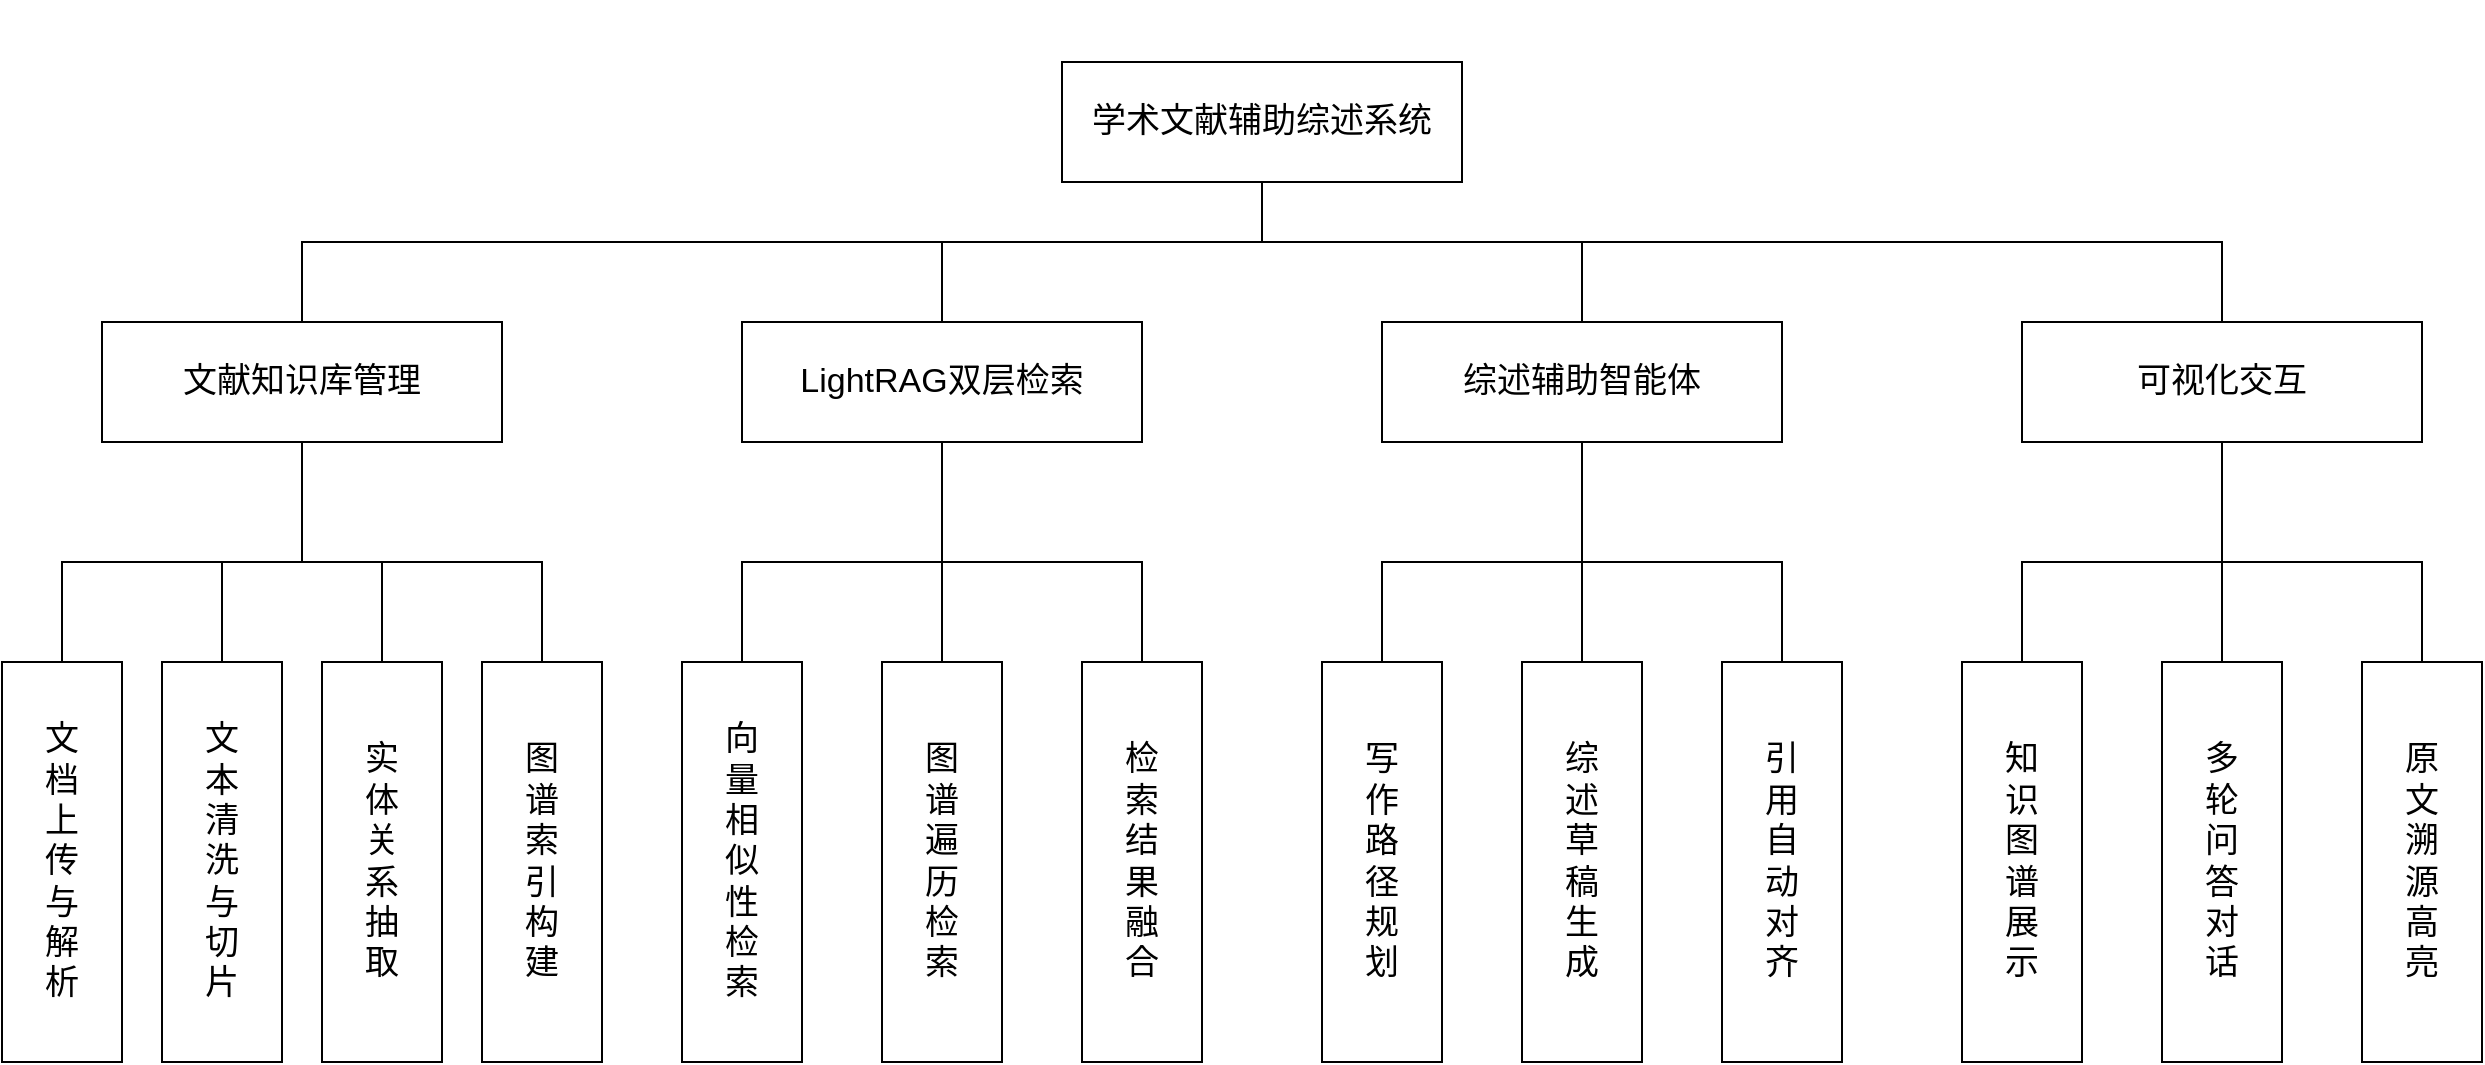
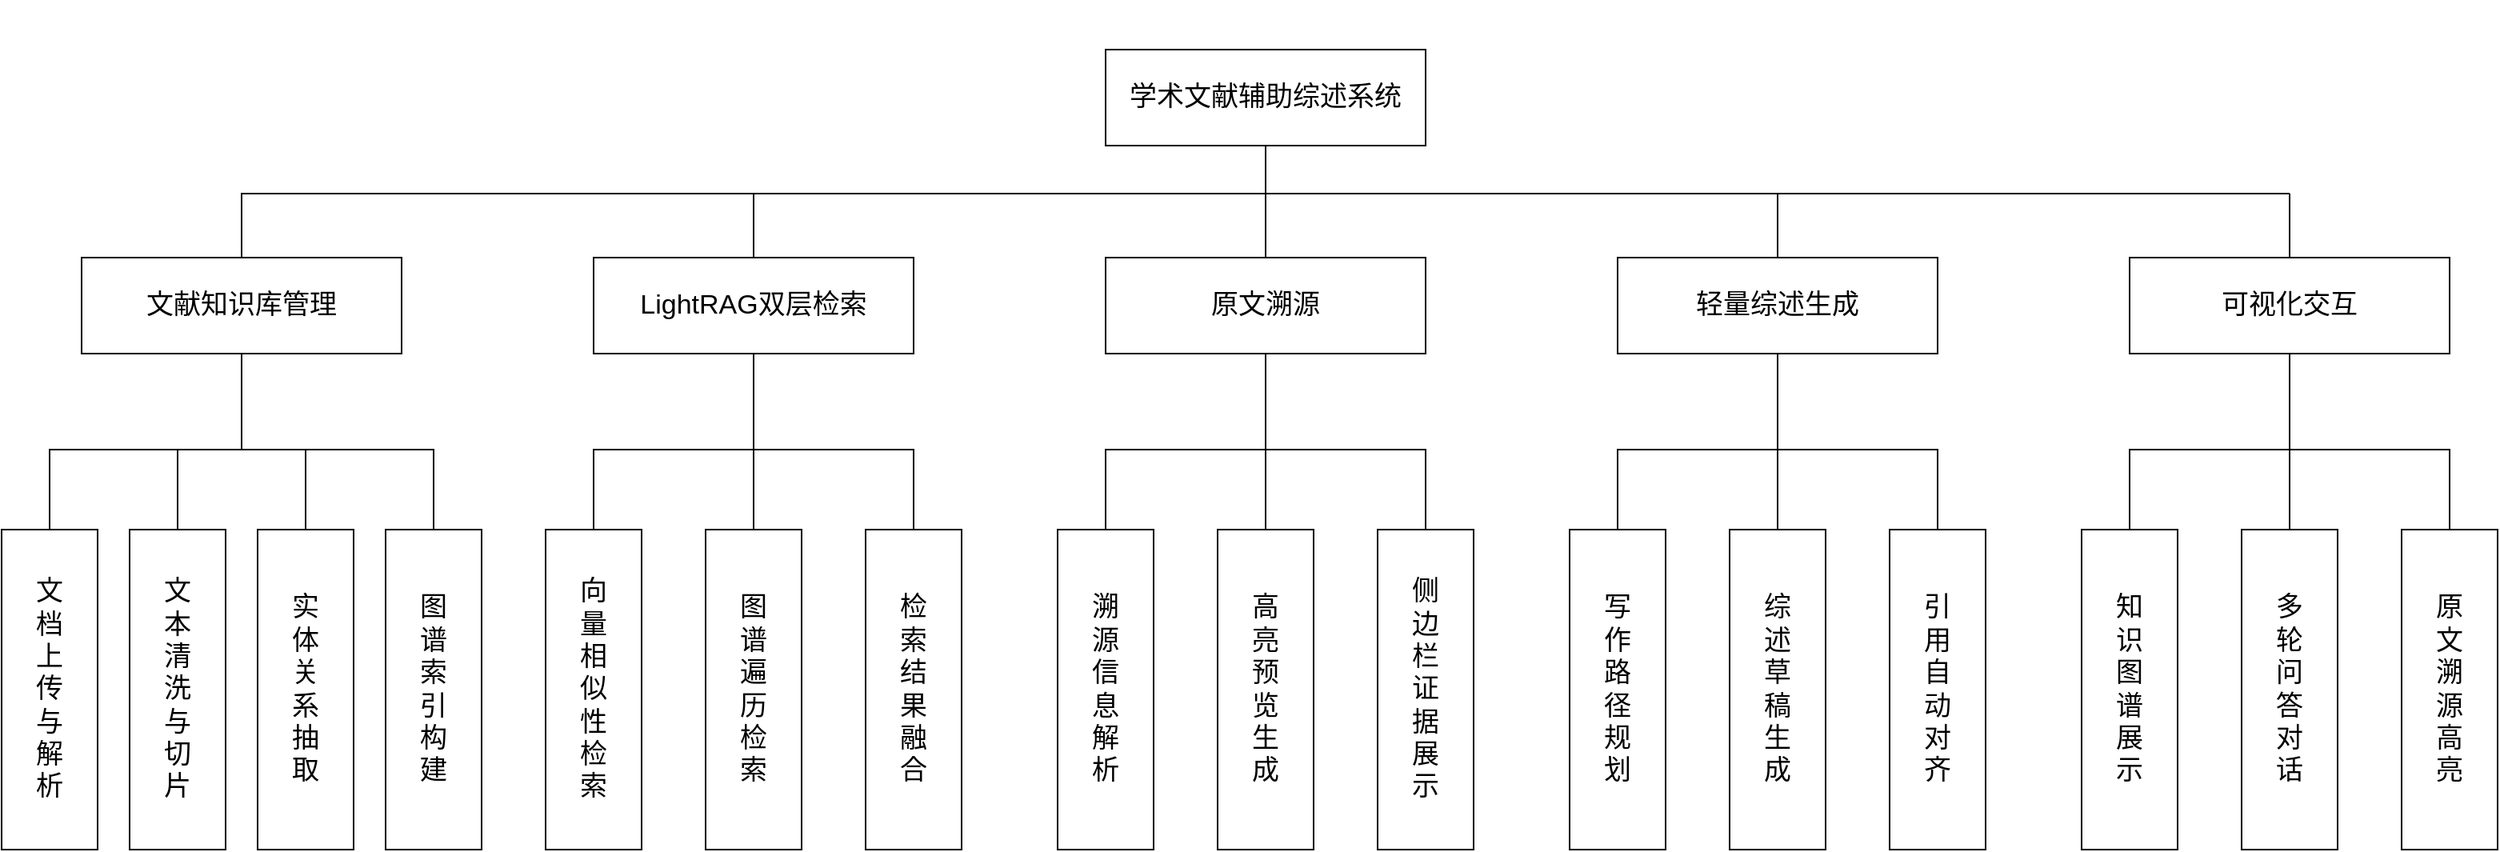
- <mxfile host="app.diagrams.net" agent="Mozilla/5.0 (Windows NT 10.0; Win64; x64) AppleWebKit/537.36 (KHTML, like Gecko) Chrome/143.0.0.0 Safari/537.36 Edg/143.0.0.0" version="29.3.0">
+ <mxfile host="app.diagrams.net" agent="Mozilla/5.0 (Windows NT 10.0; Win64; x64) AppleWebKit/537.36 (KHTML, like Gecko) Chrome/143.0.0.0 Safari/537.36 Edg/143.0.0.0">
  <diagram name="第 1 页" id="kCGOB4NbzOLxN3a2imSw">
-     <mxGraphModel dx="2571" dy="821" grid="1" gridSize="10" guides="1" tooltips="1" connect="1" arrows="1" fold="1" page="1" pageScale="1" pageWidth="827" pageHeight="1169" math="0" shadow="0">
+     <mxGraphModel dx="1604" dy="954" grid="1" gridSize="10" guides="1" tooltips="1" connect="1" arrows="1" fold="1" page="0" pageScale="1" pageWidth="827" pageHeight="1169" math="0" shadow="0">
      <root>
        <mxCell id="0" />
        <mxCell id="1" parent="0" />
        <mxCell id="-he248ucSGp0f2jcVjUM-1" parent="1" style="rounded=0;whiteSpace=wrap;html=1;" value="&lt;font style=&quot;font-size: 17px;&quot;&gt;学术文献辅助综述系统&lt;/font&gt;" vertex="1">
          <mxGeometry height="60" width="200" x="-100" y="60" as="geometry" />
        </mxCell>
        <mxCell id="-he248ucSGp0f2jcVjUM-2" parent="1" style="rounded=0;whiteSpace=wrap;html=1;" value="&lt;font style=&quot;font-size: 17px;&quot;&gt;文献知识库管理&lt;/font&gt;" vertex="1">
-           <mxGeometry height="60" width="200" x="-580" y="190" as="geometry" />
+           <mxGeometry height="60" width="200" x="-740" y="190" as="geometry" />
        </mxCell>
        <mxCell id="-he248ucSGp0f2jcVjUM-3" parent="1" style="rounded=0;whiteSpace=wrap;html=1;" value="&lt;font style=&quot;font-size: 17px;&quot;&gt;LightRAG双层检索&lt;/font&gt;" vertex="1">
-           <mxGeometry height="60" width="200" x="-260" y="190" as="geometry" />
+           <mxGeometry height="60" width="200" x="-420" y="190" as="geometry" />
        </mxCell>
-         <mxCell id="-he248ucSGp0f2jcVjUM-4" parent="1" style="rounded=0;whiteSpace=wrap;html=1;" value="&lt;font style=&quot;font-size: 17px;&quot;&gt;综述辅助智能体&lt;/font&gt;" vertex="1">
-           <mxGeometry height="60" width="200" x="60" y="190" as="geometry" />
+         <mxCell id="-he248ucSGp0f2jcVjUM-4" parent="1" style="rounded=0;whiteSpace=wrap;html=1;" value="&lt;span style=&quot;font-size: 17px;&quot;&gt;轻量综述生成&lt;/span&gt;" vertex="1">
+           <mxGeometry height="60" width="200" x="220" y="190" as="geometry" />
        </mxCell>
        <mxCell id="-he248ucSGp0f2jcVjUM-5" parent="1" style="rounded=0;whiteSpace=wrap;html=1;" value="&lt;span style=&quot;font-size: 17px;&quot;&gt;可视化交互&lt;/span&gt;" vertex="1">
-           <mxGeometry height="60" width="200" x="380" y="190" as="geometry" />
+           <mxGeometry height="60" width="200" x="540" y="190" as="geometry" />
        </mxCell>
        <mxCell id="-he248ucSGp0f2jcVjUM-8" parent="1" style="shape=partialRectangle;whiteSpace=wrap;html=1;bottom=0;right=0;fillColor=none;" value="" vertex="1">
-           <mxGeometry height="40" width="480" x="-480" y="150" as="geometry" />
+           <mxGeometry height="40" width="480" x="-640" y="150" as="geometry" />
        </mxCell>
        <mxCell id="-he248ucSGp0f2jcVjUM-9" parent="1" style="shape=partialRectangle;whiteSpace=wrap;html=1;bottom=0;right=0;fillColor=none;rotation=-180;" value="" vertex="1">
          <mxGeometry height="30" width="480" x="-480" y="120" as="geometry" />
        </mxCell>
        <mxCell id="-he248ucSGp0f2jcVjUM-12" parent="1" style="shape=partialRectangle;whiteSpace=wrap;html=1;top=0;bottom=0;fillColor=none;" value="" vertex="1">
-           <mxGeometry height="40" width="320" x="160" y="150" as="geometry" />
+           <mxGeometry height="40" width="320" y="150" as="geometry" />
        </mxCell>
        <mxCell id="-he248ucSGp0f2jcVjUM-14" parent="1" style="shape=partialRectangle;whiteSpace=wrap;html=1;right=0;top=0;bottom=0;fillColor=none;routingCenterX=-0.5;rotation=-90;" value="" vertex="1">
          <mxGeometry height="480" width="120" x="180" y="-150" as="geometry" />
        </mxCell>
        <mxCell id="-he248ucSGp0f2jcVjUM-15" parent="1" style="shape=partialRectangle;whiteSpace=wrap;html=1;top=0;bottom=0;fillColor=none;" value="" vertex="1">
-           <mxGeometry height="40" width="320" x="-160" y="150" as="geometry" />
+           <mxGeometry height="40" width="320" x="-320" y="150" as="geometry" />
        </mxCell>
        <mxCell id="-he248ucSGp0f2jcVjUM-16" parent="1" style="shape=partialRectangle;whiteSpace=wrap;html=1;right=0;top=0;bottom=0;fillColor=none;routingCenterX=-0.5;" value="" vertex="1">
-           <mxGeometry height="60" width="120" x="-480" y="250" as="geometry" />
+           <mxGeometry height="60" width="120" x="-640" y="250" as="geometry" />
        </mxCell>
        <mxCell id="-he248ucSGp0f2jcVjUM-17" parent="1" style="shape=partialRectangle;whiteSpace=wrap;html=1;right=0;top=0;bottom=0;fillColor=none;routingCenterX=-0.5;" value="" vertex="1">
-           <mxGeometry height="60" width="120" x="-160" y="250" as="geometry" />
+           <mxGeometry height="60" width="120" x="-320" y="250" as="geometry" />
        </mxCell>
        <mxCell id="-he248ucSGp0f2jcVjUM-18" parent="1" style="shape=partialRectangle;whiteSpace=wrap;html=1;right=0;top=0;bottom=0;fillColor=none;routingCenterX=-0.5;" value="" vertex="1">
-           <mxGeometry height="60" width="120" x="160" y="250" as="geometry" />
+           <mxGeometry height="60" width="120" x="320" y="250" as="geometry" />
        </mxCell>
        <mxCell id="-he248ucSGp0f2jcVjUM-19" parent="1" style="shape=partialRectangle;whiteSpace=wrap;html=1;right=0;top=0;bottom=0;fillColor=none;routingCenterX=-0.5;" value="" vertex="1">
-           <mxGeometry height="60" width="120" x="480" y="250" as="geometry" />
+           <mxGeometry height="60" width="120" x="640" y="250" as="geometry" />
        </mxCell>
        <mxCell id="-he248ucSGp0f2jcVjUM-20" parent="1" style="shape=partialRectangle;whiteSpace=wrap;html=1;bottom=0;right=0;fillColor=none;flipH=0;legacyAnchorPoints=0;flipV=0;" value="" vertex="1">
-           <mxGeometry height="50" width="120" x="-600" y="310" as="geometry" />
+           <mxGeometry height="50" width="120" x="-760" y="310" as="geometry" />
        </mxCell>
        <mxCell id="-he248ucSGp0f2jcVjUM-23" parent="1" style="shape=partialRectangle;whiteSpace=wrap;html=1;bottom=0;right=0;fillColor=none;flipH=1;legacyAnchorPoints=0;flipV=0;" value="" vertex="1">
-           <mxGeometry height="50" width="120" x="-480" y="310" as="geometry" />
+           <mxGeometry height="50" width="120" x="-640" y="310" as="geometry" />
        </mxCell>
        <mxCell id="-he248ucSGp0f2jcVjUM-24" parent="1" style="shape=partialRectangle;whiteSpace=wrap;html=1;top=0;bottom=0;fillColor=none;" value="" vertex="1">
-           <mxGeometry height="50" width="80" x="-520" y="310" as="geometry" />
+           <mxGeometry height="50" width="80" x="-680" y="310" as="geometry" />
        </mxCell>
        <mxCell id="-he248ucSGp0f2jcVjUM-26" parent="1" style="shape=partialRectangle;whiteSpace=wrap;html=1;bottom=0;right=0;fillColor=none;flipH=0;legacyAnchorPoints=0;flipV=0;" value="" vertex="1">
-           <mxGeometry height="50" width="100" x="-260" y="310" as="geometry" />
+           <mxGeometry height="50" width="100" x="-420" y="310" as="geometry" />
        </mxCell>
        <mxCell id="-he248ucSGp0f2jcVjUM-36" parent="1" style="rounded=0;whiteSpace=wrap;html=1;" value="&lt;font style=&quot;font-size: 17px;&quot;&gt;文&lt;/font&gt;&lt;div&gt;&lt;font style=&quot;font-size: 17px;&quot;&gt;档&lt;/font&gt;&lt;/div&gt;&lt;div&gt;&lt;font style=&quot;font-size: 17px;&quot;&gt;上&lt;/font&gt;&lt;/div&gt;&lt;div&gt;&lt;font style=&quot;font-size: 17px;&quot;&gt;传&lt;/font&gt;&lt;/div&gt;&lt;div&gt;&lt;font style=&quot;font-size: 17px;&quot;&gt;与&lt;/font&gt;&lt;/div&gt;&lt;div&gt;&lt;font style=&quot;font-size: 17px;&quot;&gt;解&lt;/font&gt;&lt;/div&gt;&lt;div&gt;&lt;font style=&quot;font-size: 17px;&quot;&gt;析&lt;/font&gt;&lt;/div&gt;" vertex="1">
+           <mxGeometry height="200" width="60" x="-790" y="360" as="geometry" />
+         </mxCell>
+         <mxCell id="-he248ucSGp0f2jcVjUM-37" parent="1" style="rounded=0;whiteSpace=wrap;html=1;" value="&lt;font style=&quot;font-size: 17px;&quot;&gt;文&lt;/font&gt;&lt;div&gt;&lt;font style=&quot;font-size: 17px;&quot;&gt;本&lt;/font&gt;&lt;/div&gt;&lt;div&gt;&lt;font style=&quot;font-size: 17px;&quot;&gt;清&lt;/font&gt;&lt;/div&gt;&lt;div&gt;&lt;font style=&quot;font-size: 17px;&quot;&gt;洗&lt;/font&gt;&lt;/div&gt;&lt;div&gt;&lt;font style=&quot;font-size: 17px;&quot;&gt;与&lt;/font&gt;&lt;/div&gt;&lt;div&gt;&lt;span style=&quot;background-color: transparent; color: light-dark(rgb(0, 0, 0), rgb(255, 255, 255));&quot;&gt;&lt;font style=&quot;font-size: 17px;&quot;&gt;切&lt;/font&gt;&lt;/span&gt;&lt;/div&gt;&lt;div&gt;&lt;span style=&quot;background-color: transparent; color: light-dark(rgb(0, 0, 0), rgb(255, 255, 255));&quot;&gt;&lt;font style=&quot;font-size: 17px;&quot;&gt;片&lt;/font&gt;&lt;/span&gt;&lt;/div&gt;" vertex="1">
+           <mxGeometry height="200" width="60" x="-710" y="360" as="geometry" />
+         </mxCell>
+         <mxCell id="-he248ucSGp0f2jcVjUM-38" parent="1" style="rounded=0;whiteSpace=wrap;html=1;" value="&lt;font style=&quot;font-size: 17px;&quot;&gt;实&lt;/font&gt;&lt;div&gt;&lt;font style=&quot;font-size: 17px;&quot;&gt;体&lt;/font&gt;&lt;/div&gt;&lt;div&gt;&lt;font style=&quot;font-size: 17px;&quot;&gt;关&lt;/font&gt;&lt;/div&gt;&lt;div&gt;&lt;font style=&quot;font-size: 17px;&quot;&gt;系&lt;/font&gt;&lt;/div&gt;&lt;div&gt;&lt;font style=&quot;font-size: 17px;&quot;&gt;抽&lt;/font&gt;&lt;/div&gt;&lt;div&gt;&lt;font style=&quot;font-size: 17px;&quot;&gt;取&lt;/font&gt;&lt;/div&gt;" vertex="1">
          <mxGeometry height="200" width="60" x="-630" y="360" as="geometry" />
        </mxCell>
-         <mxCell id="-he248ucSGp0f2jcVjUM-37" parent="1" style="rounded=0;whiteSpace=wrap;html=1;" value="&lt;font style=&quot;font-size: 17px;&quot;&gt;文&lt;/font&gt;&lt;div&gt;&lt;font style=&quot;font-size: 17px;&quot;&gt;本&lt;/font&gt;&lt;/div&gt;&lt;div&gt;&lt;font style=&quot;font-size: 17px;&quot;&gt;清&lt;/font&gt;&lt;/div&gt;&lt;div&gt;&lt;font style=&quot;font-size: 17px;&quot;&gt;洗&lt;/font&gt;&lt;/div&gt;&lt;div&gt;&lt;font style=&quot;font-size: 17px;&quot;&gt;与&lt;/font&gt;&lt;/div&gt;&lt;div&gt;&lt;span style=&quot;background-color: transparent; color: light-dark(rgb(0, 0, 0), rgb(255, 255, 255));&quot;&gt;&lt;font style=&quot;font-size: 17px;&quot;&gt;切&lt;/font&gt;&lt;/span&gt;&lt;/div&gt;&lt;div&gt;&lt;span style=&quot;background-color: transparent; color: light-dark(rgb(0, 0, 0), rgb(255, 255, 255));&quot;&gt;&lt;font style=&quot;font-size: 17px;&quot;&gt;片&lt;/font&gt;&lt;/span&gt;&lt;/div&gt;" vertex="1">
+         <mxCell id="-he248ucSGp0f2jcVjUM-39" parent="1" style="rounded=0;whiteSpace=wrap;html=1;" value="&lt;font style=&quot;font-size: 17px;&quot;&gt;图&lt;/font&gt;&lt;div&gt;&lt;font style=&quot;font-size: 17px;&quot;&gt;谱&lt;/font&gt;&lt;/div&gt;&lt;div&gt;&lt;font style=&quot;font-size: 17px;&quot;&gt;索&lt;/font&gt;&lt;/div&gt;&lt;div&gt;&lt;font style=&quot;font-size: 17px;&quot;&gt;引&lt;/font&gt;&lt;/div&gt;&lt;div&gt;&lt;font style=&quot;font-size: 17px;&quot;&gt;构&lt;/font&gt;&lt;/div&gt;&lt;div&gt;&lt;font style=&quot;font-size: 17px;&quot;&gt;建&lt;/font&gt;&lt;/div&gt;" vertex="1">
          <mxGeometry height="200" width="60" x="-550" y="360" as="geometry" />
        </mxCell>
-         <mxCell id="-he248ucSGp0f2jcVjUM-38" parent="1" style="rounded=0;whiteSpace=wrap;html=1;" value="&lt;font style=&quot;font-size: 17px;&quot;&gt;实&lt;/font&gt;&lt;div&gt;&lt;font style=&quot;font-size: 17px;&quot;&gt;体&lt;/font&gt;&lt;/div&gt;&lt;div&gt;&lt;font style=&quot;font-size: 17px;&quot;&gt;关&lt;/font&gt;&lt;/div&gt;&lt;div&gt;&lt;font style=&quot;font-size: 17px;&quot;&gt;系&lt;/font&gt;&lt;/div&gt;&lt;div&gt;&lt;font style=&quot;font-size: 17px;&quot;&gt;抽&lt;/font&gt;&lt;/div&gt;&lt;div&gt;&lt;font style=&quot;font-size: 17px;&quot;&gt;取&lt;/font&gt;&lt;/div&gt;" vertex="1">
-           <mxGeometry height="200" width="60" x="-470" y="360" as="geometry" />
-         </mxCell>
-         <mxCell id="-he248ucSGp0f2jcVjUM-39" parent="1" style="rounded=0;whiteSpace=wrap;html=1;" value="&lt;font style=&quot;font-size: 17px;&quot;&gt;图&lt;/font&gt;&lt;div&gt;&lt;font style=&quot;font-size: 17px;&quot;&gt;谱&lt;/font&gt;&lt;/div&gt;&lt;div&gt;&lt;font style=&quot;font-size: 17px;&quot;&gt;索&lt;/font&gt;&lt;/div&gt;&lt;div&gt;&lt;font style=&quot;font-size: 17px;&quot;&gt;引&lt;/font&gt;&lt;/div&gt;&lt;div&gt;&lt;font style=&quot;font-size: 17px;&quot;&gt;构&lt;/font&gt;&lt;/div&gt;&lt;div&gt;&lt;font style=&quot;font-size: 17px;&quot;&gt;建&lt;/font&gt;&lt;/div&gt;" vertex="1">
-           <mxGeometry height="200" width="60" x="-390" y="360" as="geometry" />
-         </mxCell>
        <mxCell id="-he248ucSGp0f2jcVjUM-40" parent="1" style="rounded=0;whiteSpace=wrap;html=1;" value="&lt;font style=&quot;font-size: 17px;&quot;&gt;向&lt;/font&gt;&lt;div&gt;&lt;font style=&quot;font-size: 17px;&quot;&gt;量&lt;/font&gt;&lt;/div&gt;&lt;div&gt;&lt;font style=&quot;font-size: 17px;&quot;&gt;相&lt;/font&gt;&lt;/div&gt;&lt;div&gt;&lt;font style=&quot;font-size: 17px;&quot;&gt;似&lt;/font&gt;&lt;/div&gt;&lt;div&gt;&lt;font style=&quot;font-size: 17px;&quot;&gt;性&lt;/font&gt;&lt;/div&gt;&lt;div&gt;&lt;font style=&quot;font-size: 17px;&quot;&gt;检&lt;/font&gt;&lt;/div&gt;&lt;div&gt;&lt;font style=&quot;font-size: 17px;&quot;&gt;索&lt;/font&gt;&lt;/div&gt;" vertex="1">
-           <mxGeometry height="200" width="60" x="-290" y="360" as="geometry" />
+           <mxGeometry height="200" width="60" x="-450" y="360" as="geometry" />
        </mxCell>
        <mxCell id="-he248ucSGp0f2jcVjUM-41" parent="1" style="rounded=0;whiteSpace=wrap;html=1;" value="&lt;font style=&quot;font-size: 17px;&quot;&gt;图&lt;/font&gt;&lt;div&gt;&lt;font style=&quot;font-size: 17px;&quot;&gt;谱&lt;/font&gt;&lt;/div&gt;&lt;div&gt;&lt;font style=&quot;font-size: 17px;&quot;&gt;遍&lt;/font&gt;&lt;/div&gt;&lt;div&gt;&lt;font style=&quot;font-size: 17px;&quot;&gt;历&lt;/font&gt;&lt;/div&gt;&lt;div&gt;&lt;font style=&quot;font-size: 17px;&quot;&gt;检&lt;/font&gt;&lt;/div&gt;&lt;div&gt;&lt;font style=&quot;font-size: 17px;&quot;&gt;索&lt;/font&gt;&lt;span style=&quot;color: rgba(0, 0, 0, 0); font-family: monospace; font-size: 0px; text-align: start; text-wrap-mode: nowrap;&quot;&gt;%3CmxGraphModel%3E%3Croot%3E%3CmxCell%20id%3D%220%22%2F%3E%3CmxCell%20id%3D%221%22%20parent%3D%220%22%2F%3E%3CmxCell%20id%3D%222%22%20parent%3D%221%22%20style%3D%22rounded%3D0%3BwhiteSpace%3Dwrap%3Bhtml%3D1%3B%22%20value%3D%22%E5%9B%BE%E8%B0%B1%E7%B4%A2%E5%BC%95%E6%9E%84%E5%BB%BA%22%20vertex%3D%221%22%3E%3CmxGeometry%20height%3D%22200%22%20width%3D%2260%22%20x%3D%22-390%22%20y%3D%22360%22%20as%3D%22geometry%22%2F%3E%3C%2FmxCell%3E%3C%2Froot%3E%3C%2FmxGraphModel%3E&lt;/span&gt;&lt;/div&gt;" vertex="1">
-           <mxGeometry height="200" width="60" x="-190" y="360" as="geometry" />
+           <mxGeometry height="200" width="60" x="-350" y="360" as="geometry" />
        </mxCell>
        <mxCell id="-he248ucSGp0f2jcVjUM-42" parent="1" style="rounded=0;whiteSpace=wrap;html=1;" value="&lt;font style=&quot;font-size: 17px;&quot;&gt;检&lt;/font&gt;&lt;div&gt;&lt;font style=&quot;font-size: 17px;&quot;&gt;索&lt;/font&gt;&lt;/div&gt;&lt;div&gt;&lt;font style=&quot;font-size: 17px;&quot;&gt;结&lt;/font&gt;&lt;/div&gt;&lt;div&gt;&lt;font style=&quot;font-size: 17px;&quot;&gt;果&lt;/font&gt;&lt;/div&gt;&lt;div&gt;&lt;font style=&quot;font-size: 17px;&quot;&gt;融&lt;/font&gt;&lt;/div&gt;&lt;div&gt;&lt;font style=&quot;font-size: 17px;&quot;&gt;合&lt;/font&gt;&lt;/div&gt;" vertex="1">
-           <mxGeometry height="200" width="60" x="-90" y="360" as="geometry" />
+           <mxGeometry height="200" width="60" x="-250" y="360" as="geometry" />
        </mxCell>
        <mxCell id="-he248ucSGp0f2jcVjUM-45" parent="1" style="shape=partialRectangle;whiteSpace=wrap;html=1;bottom=0;right=0;fillColor=none;flipH=1;legacyAnchorPoints=0;flipV=0;" value="" vertex="1">
-           <mxGeometry height="50" width="100" x="-160" y="310" as="geometry" />
+           <mxGeometry height="50" width="100" x="-320" y="310" as="geometry" />
        </mxCell>
        <mxCell id="-he248ucSGp0f2jcVjUM-52" parent="1" style="rounded=0;whiteSpace=wrap;html=1;" value="&lt;font style=&quot;font-size: 17px;&quot;&gt;写&lt;/font&gt;&lt;div&gt;&lt;font style=&quot;font-size: 17px;&quot;&gt;作&lt;/font&gt;&lt;/div&gt;&lt;div&gt;&lt;font style=&quot;font-size: 17px;&quot;&gt;路&lt;/font&gt;&lt;/div&gt;&lt;div&gt;&lt;font style=&quot;font-size: 17px;&quot;&gt;径&lt;/font&gt;&lt;/div&gt;&lt;div&gt;&lt;font style=&quot;font-size: 17px;&quot;&gt;规&lt;/font&gt;&lt;/div&gt;&lt;div&gt;&lt;font style=&quot;font-size: 17px;&quot;&gt;划&lt;/font&gt;&lt;/div&gt;" vertex="1">
-           <mxGeometry height="200" width="60" x="30" y="360" as="geometry" />
+           <mxGeometry height="200" width="60" x="190" y="360" as="geometry" />
        </mxCell>
        <mxCell id="-he248ucSGp0f2jcVjUM-53" parent="1" style="rounded=0;whiteSpace=wrap;html=1;" value="&lt;font style=&quot;font-size: 17px;&quot;&gt;综&lt;/font&gt;&lt;div&gt;&lt;font style=&quot;font-size: 17px;&quot;&gt;述&lt;/font&gt;&lt;/div&gt;&lt;div&gt;&lt;font style=&quot;font-size: 17px;&quot;&gt;草&lt;/font&gt;&lt;/div&gt;&lt;div&gt;&lt;font style=&quot;font-size: 17px;&quot;&gt;稿&lt;/font&gt;&lt;/div&gt;&lt;div&gt;&lt;font style=&quot;font-size: 17px;&quot;&gt;生&lt;/font&gt;&lt;/div&gt;&lt;div&gt;&lt;font style=&quot;font-size: 17px;&quot;&gt;成&lt;/font&gt;&lt;/div&gt;" vertex="1">
-           <mxGeometry height="200" width="60" x="130" y="360" as="geometry" />
+           <mxGeometry height="200" width="60" x="290" y="360" as="geometry" />
        </mxCell>
        <mxCell id="-he248ucSGp0f2jcVjUM-54" parent="1" style="rounded=0;whiteSpace=wrap;html=1;" value="&lt;font style=&quot;font-size: 17px;&quot;&gt;引&lt;/font&gt;&lt;div&gt;&lt;font style=&quot;font-size: 17px;&quot;&gt;用&lt;/font&gt;&lt;/div&gt;&lt;div&gt;&lt;font style=&quot;font-size: 17px;&quot;&gt;自&lt;/font&gt;&lt;/div&gt;&lt;div&gt;&lt;font style=&quot;font-size: 17px;&quot;&gt;动&lt;/font&gt;&lt;/div&gt;&lt;div&gt;&lt;font style=&quot;font-size: 17px;&quot;&gt;对&lt;/font&gt;&lt;/div&gt;&lt;div&gt;&lt;font style=&quot;font-size: 17px;&quot;&gt;齐&lt;/font&gt;&lt;/div&gt;" vertex="1">
-           <mxGeometry height="200" width="60" x="230" y="360" as="geometry" />
+           <mxGeometry height="200" width="60" x="390" y="360" as="geometry" />
        </mxCell>
        <mxCell id="-he248ucSGp0f2jcVjUM-55" parent="1" style="rounded=0;whiteSpace=wrap;html=1;" value="&lt;font style=&quot;font-size: 17px;&quot;&gt;知&lt;/font&gt;&lt;div&gt;&lt;font style=&quot;font-size: 17px;&quot;&gt;识&lt;/font&gt;&lt;/div&gt;&lt;div&gt;&lt;font style=&quot;font-size: 17px;&quot;&gt;图&lt;/font&gt;&lt;/div&gt;&lt;div&gt;&lt;font style=&quot;font-size: 17px;&quot;&gt;谱&lt;/font&gt;&lt;/div&gt;&lt;div&gt;&lt;font style=&quot;font-size: 17px;&quot;&gt;展&lt;/font&gt;&lt;/div&gt;&lt;div&gt;&lt;font style=&quot;font-size: 17px;&quot;&gt;示&lt;/font&gt;&lt;/div&gt;" vertex="1">
-           <mxGeometry height="200" width="60" x="350" y="360" as="geometry" />
+           <mxGeometry height="200" width="60" x="510" y="360" as="geometry" />
        </mxCell>
        <mxCell id="-he248ucSGp0f2jcVjUM-56" parent="1" style="rounded=0;whiteSpace=wrap;html=1;" value="&lt;font style=&quot;font-size: 17px;&quot;&gt;多&lt;/font&gt;&lt;div&gt;&lt;font style=&quot;font-size: 17px;&quot;&gt;轮&lt;/font&gt;&lt;/div&gt;&lt;div&gt;&lt;font style=&quot;font-size: 17px;&quot;&gt;问&lt;/font&gt;&lt;/div&gt;&lt;div&gt;&lt;font style=&quot;font-size: 17px;&quot;&gt;答&lt;/font&gt;&lt;/div&gt;&lt;div&gt;&lt;font style=&quot;font-size: 17px;&quot;&gt;对&lt;/font&gt;&lt;/div&gt;&lt;div&gt;&lt;font style=&quot;font-size: 17px;&quot;&gt;话&lt;/font&gt;&lt;/div&gt;" vertex="1">
-           <mxGeometry height="200" width="60" x="450" y="360" as="geometry" />
+           <mxGeometry height="200" width="60" x="610" y="360" as="geometry" />
        </mxCell>
        <mxCell id="-he248ucSGp0f2jcVjUM-57" parent="1" style="rounded=0;whiteSpace=wrap;html=1;" value="&lt;font style=&quot;font-size: 17px;&quot;&gt;原&lt;/font&gt;&lt;div&gt;&lt;font style=&quot;font-size: 17px;&quot;&gt;文&lt;/font&gt;&lt;/div&gt;&lt;div&gt;&lt;font style=&quot;font-size: 17px;&quot;&gt;溯&lt;/font&gt;&lt;/div&gt;&lt;div&gt;&lt;font style=&quot;font-size: 17px;&quot;&gt;源&lt;/font&gt;&lt;/div&gt;&lt;div&gt;&lt;font style=&quot;font-size: 17px;&quot;&gt;高&lt;/font&gt;&lt;/div&gt;&lt;div&gt;&lt;font style=&quot;font-size: 17px;&quot;&gt;亮&lt;/font&gt;&lt;/div&gt;" vertex="1">
-           <mxGeometry height="200" width="60" x="550" y="360" as="geometry" />
+           <mxGeometry height="200" width="60" x="710" y="360" as="geometry" />
        </mxCell>
        <mxCell id="-he248ucSGp0f2jcVjUM-58" parent="1" style="shape=partialRectangle;whiteSpace=wrap;html=1;right=0;top=0;bottom=0;fillColor=none;routingCenterX=-0.5;" value="" vertex="1">
-           <mxGeometry height="50" width="120" x="-160" y="310" as="geometry" />
+           <mxGeometry height="50" width="120" x="-320" y="310" as="geometry" />
        </mxCell>
        <mxCell id="-he248ucSGp0f2jcVjUM-59" parent="1" style="shape=partialRectangle;whiteSpace=wrap;html=1;bottom=0;right=0;fillColor=none;flipH=0;legacyAnchorPoints=0;flipV=0;" value="" vertex="1">
-           <mxGeometry height="50" width="100" x="60" y="310" as="geometry" />
+           <mxGeometry height="50" width="100" x="220" y="310" as="geometry" />
        </mxCell>
        <mxCell id="-he248ucSGp0f2jcVjUM-60" parent="1" style="shape=partialRectangle;whiteSpace=wrap;html=1;bottom=0;right=0;fillColor=none;flipH=1;legacyAnchorPoints=0;flipV=0;" value="" vertex="1">
-           <mxGeometry height="50" width="100" x="160" y="310" as="geometry" />
+           <mxGeometry height="50" width="100" x="320" y="310" as="geometry" />
        </mxCell>
        <mxCell id="-he248ucSGp0f2jcVjUM-61" parent="1" style="shape=partialRectangle;whiteSpace=wrap;html=1;right=0;top=0;bottom=0;fillColor=none;routingCenterX=-0.5;" value="" vertex="1">
-           <mxGeometry height="50" width="120" x="160" y="310" as="geometry" />
+           <mxGeometry height="50" width="120" x="320" y="310" as="geometry" />
        </mxCell>
        <mxCell id="-he248ucSGp0f2jcVjUM-62" parent="1" style="shape=partialRectangle;whiteSpace=wrap;html=1;bottom=0;right=0;fillColor=none;flipH=0;legacyAnchorPoints=0;flipV=0;" value="" vertex="1">
-           <mxGeometry height="50" width="100" x="380" y="310" as="geometry" />
+           <mxGeometry height="50" width="100" x="540" y="310" as="geometry" />
        </mxCell>
        <mxCell id="-he248ucSGp0f2jcVjUM-63" parent="1" style="shape=partialRectangle;whiteSpace=wrap;html=1;bottom=0;right=0;fillColor=none;flipH=1;legacyAnchorPoints=0;flipV=0;" value="" vertex="1">
-           <mxGeometry height="50" width="100" x="480" y="310" as="geometry" />
+           <mxGeometry height="50" width="100" x="640" y="310" as="geometry" />
        </mxCell>
        <mxCell id="-he248ucSGp0f2jcVjUM-64" parent="1" style="shape=partialRectangle;whiteSpace=wrap;html=1;right=0;top=0;bottom=0;fillColor=none;routingCenterX=-0.5;" value="" vertex="1">
-           <mxGeometry height="50" width="120" x="480" y="310" as="geometry" />
+           <mxGeometry height="50" width="120" x="640" y="310" as="geometry" />
+         </mxCell>
+         <mxCell id="vCzkm_Gih3kLxXcJVuX2-3" edge="1" parent="1" style="endArrow=none;html=1;rounded=0;" value="">
+           <mxGeometry height="50" relative="1" width="50" as="geometry">
+             <mxPoint x="480" y="150" as="sourcePoint" />
+             <mxPoint x="640" y="150" as="targetPoint" />
+           </mxGeometry>
+         </mxCell>
+         <mxCell id="vCzkm_Gih3kLxXcJVuX2-4" edge="1" parent="1" style="endArrow=none;html=1;rounded=0;entryX=0.5;entryY=0;entryDx=0;entryDy=0;endFill=0;" target="-he248ucSGp0f2jcVjUM-5" value="">
+           <mxGeometry height="50" relative="1" width="50" as="geometry">
+             <mxPoint x="640" y="150" as="sourcePoint" />
+             <mxPoint x="690" y="100" as="targetPoint" />
+           </mxGeometry>
+         </mxCell>
+         <mxCell id="vCzkm_Gih3kLxXcJVuX2-6" parent="1" style="rounded=0;whiteSpace=wrap;html=1;" value="&lt;font style=&quot;font-size: 17px;&quot;&gt;原文溯源&lt;/font&gt;" vertex="1">
+           <mxGeometry height="60" width="200" x="-100" y="190" as="geometry" />
+         </mxCell>
+         <mxCell id="vCzkm_Gih3kLxXcJVuX2-7" parent="1" style="shape=partialRectangle;whiteSpace=wrap;html=1;right=0;top=0;bottom=0;fillColor=none;routingCenterX=-0.5;" value="" vertex="1">
+           <mxGeometry height="60" width="120" y="250" as="geometry" />
+         </mxCell>
+         <mxCell id="vCzkm_Gih3kLxXcJVuX2-8" parent="1" style="shape=partialRectangle;whiteSpace=wrap;html=1;bottom=0;right=0;fillColor=none;flipH=0;legacyAnchorPoints=0;flipV=0;" value="" vertex="1">
+           <mxGeometry height="50" width="100" x="-100" y="310" as="geometry" />
+         </mxCell>
+         <mxCell id="vCzkm_Gih3kLxXcJVuX2-9" parent="1" style="rounded=0;whiteSpace=wrap;html=1;" value="&lt;span style=&quot;font-size: 17px;&quot;&gt;溯&lt;/span&gt;&lt;div&gt;&lt;span style=&quot;font-size: 17px;&quot;&gt;源&lt;/span&gt;&lt;/div&gt;&lt;div&gt;&lt;span style=&quot;font-size: 17px;&quot;&gt;信&lt;/span&gt;&lt;/div&gt;&lt;div&gt;&lt;span style=&quot;font-size: 17px;&quot;&gt;息&lt;/span&gt;&lt;/div&gt;&lt;div&gt;&lt;span style=&quot;font-size: 17px;&quot;&gt;解&lt;/span&gt;&lt;/div&gt;&lt;div&gt;&lt;span style=&quot;font-size: 17px;&quot;&gt;析&lt;/span&gt;&lt;/div&gt;" vertex="1">
+           <mxGeometry height="200" width="60" x="-130" y="360" as="geometry" />
+         </mxCell>
+         <mxCell id="vCzkm_Gih3kLxXcJVuX2-10" parent="1" style="rounded=0;whiteSpace=wrap;html=1;" value="&lt;span style=&quot;font-size: 17px;&quot;&gt;高&lt;/span&gt;&lt;div&gt;&lt;span style=&quot;font-size: 17px;&quot;&gt;亮&lt;/span&gt;&lt;/div&gt;&lt;div&gt;&lt;span style=&quot;font-size: 17px;&quot;&gt;预&lt;/span&gt;&lt;/div&gt;&lt;div&gt;&lt;span style=&quot;font-size: 17px;&quot;&gt;览&lt;/span&gt;&lt;/div&gt;&lt;div&gt;&lt;span style=&quot;font-size: 17px;&quot;&gt;生&lt;/span&gt;&lt;/div&gt;&lt;div&gt;&lt;span style=&quot;font-size: 17px;&quot;&gt;成&lt;/span&gt;&lt;/div&gt;" vertex="1">
+           <mxGeometry height="200" width="60" x="-30" y="360" as="geometry" />
+         </mxCell>
+         <mxCell id="vCzkm_Gih3kLxXcJVuX2-11" parent="1" style="rounded=0;whiteSpace=wrap;html=1;" value="&lt;span style=&quot;font-size: 17px;&quot;&gt;侧&lt;/span&gt;&lt;div&gt;&lt;span style=&quot;font-size: 17px;&quot;&gt;边&lt;/span&gt;&lt;/div&gt;&lt;div&gt;&lt;span style=&quot;font-size: 17px;&quot;&gt;栏&lt;/span&gt;&lt;/div&gt;&lt;div&gt;&lt;span style=&quot;font-size: 17px;&quot;&gt;证&lt;/span&gt;&lt;/div&gt;&lt;div&gt;&lt;span style=&quot;font-size: 17px;&quot;&gt;据&lt;/span&gt;&lt;/div&gt;&lt;div&gt;&lt;span style=&quot;font-size: 17px;&quot;&gt;展&lt;/span&gt;&lt;/div&gt;&lt;div&gt;&lt;span style=&quot;font-size: 17px;&quot;&gt;示&lt;/span&gt;&lt;/div&gt;" vertex="1">
+           <mxGeometry height="200" width="60" x="70" y="360" as="geometry" />
+         </mxCell>
+         <mxCell id="vCzkm_Gih3kLxXcJVuX2-12" parent="1" style="shape=partialRectangle;whiteSpace=wrap;html=1;bottom=0;right=0;fillColor=none;flipH=1;legacyAnchorPoints=0;flipV=0;" value="" vertex="1">
+           <mxGeometry height="50" width="100" y="310" as="geometry" />
+         </mxCell>
+         <mxCell id="vCzkm_Gih3kLxXcJVuX2-13" parent="1" style="shape=partialRectangle;whiteSpace=wrap;html=1;right=0;top=0;bottom=0;fillColor=none;routingCenterX=-0.5;" value="" vertex="1">
+           <mxGeometry height="50" width="120" y="310" as="geometry" />
        </mxCell>
      </root>
    </mxGraphModel>
  </diagram>
</mxfile>
